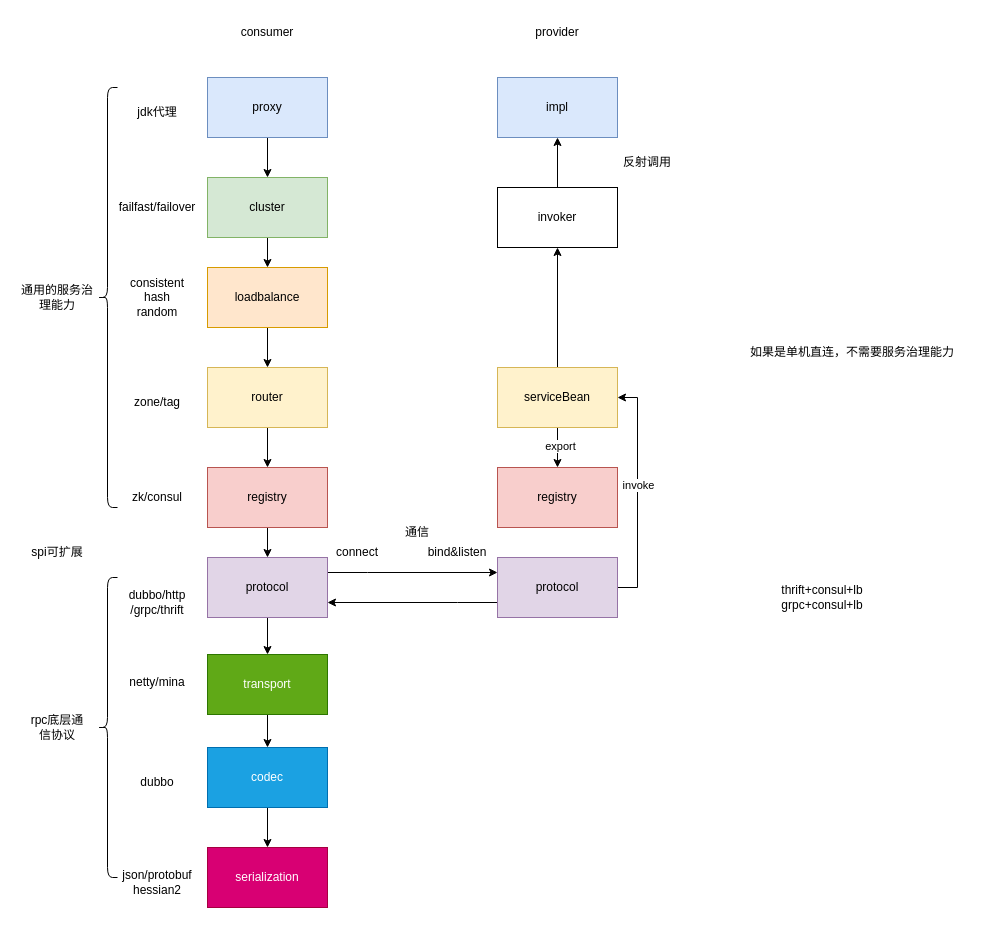
Before: dubbo架构层次.drawio in jessin20161124/javase1, a draw.io diagram. Source tidied: cells renumbered, new cells numbered last; positions are measured from the earlier drawing's top-left corner, leaving out a move shared by most shapes. Both pictures are drawn from the tidied source at 100%, with x=0, y=0 at pixel (17, 17).
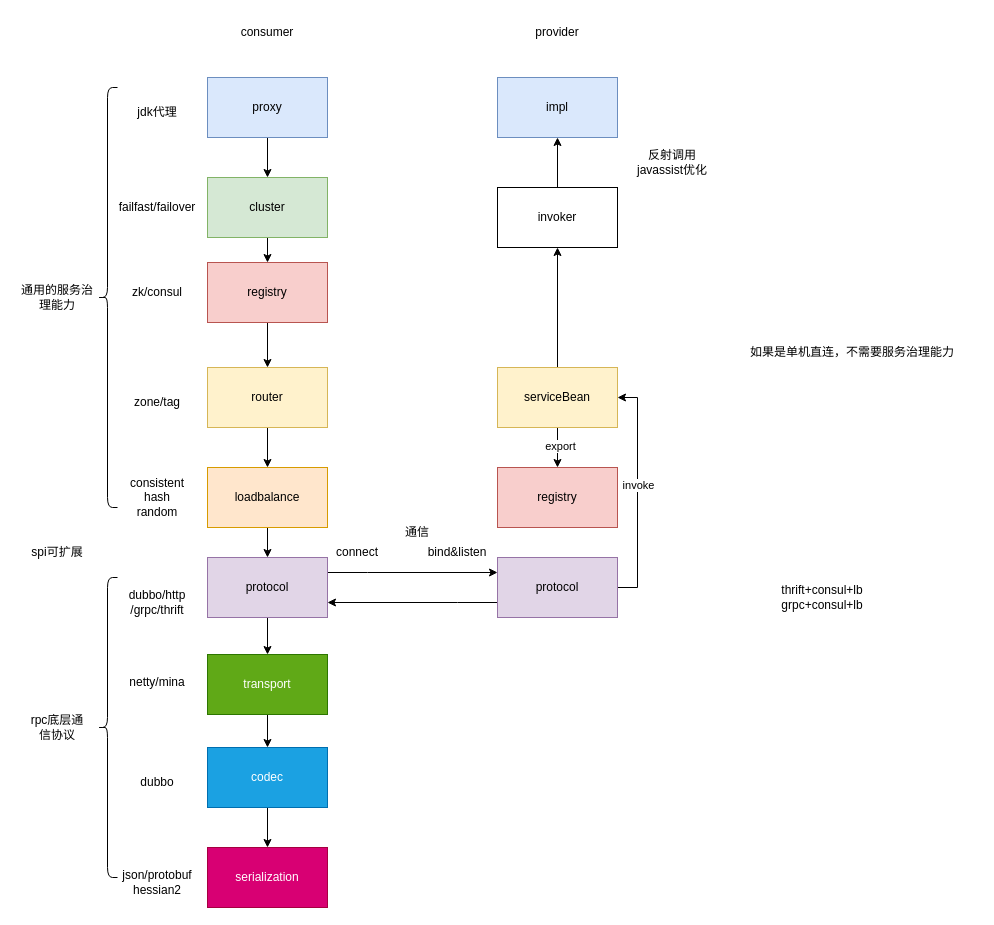
The same page after the edit.

Commit message:
更新dubbo架构层次.drawio

The change refers to these unchanged cells:
```xml
<mxCell id="5" value="cluster" style="rounded=0;whiteSpace=wrap;html=1;fillColor=#d5e8d4;strokeColor=#82b366;" parent="1" vertex="1">
  <mxGeometry x="190" y="160" width="120" height="60" as="geometry" />
</mxCell>
<mxCell id="9" value="router" style="rounded=0;whiteSpace=wrap;html=1;fillColor=#fff2cc;strokeColor=#d6b656;" parent="1" vertex="1">
  <mxGeometry x="190" y="350" width="120" height="60" as="geometry" />
</mxCell>
<mxCell id="14" value="protocol" style="rounded=0;whiteSpace=wrap;html=1;fillColor=#e1d5e7;strokeColor=#9673a6;" parent="1" vertex="1">
  <mxGeometry x="190" y="540" width="120" height="60" as="geometry" />
</mxCell>
```

Diff of the diagram source:
```diff
@@
-    <mxCell id="4" style="edgeStyle=orthogonalEdgeStyle;rounded=0;jettySize=auto;html=1;" parent="1" edge="1" source="5" target="7">
-      <mxGeometry relative="1" as="geometry" />
-    </mxCell>
+    <mxCell id="54" style="edgeStyle=orthogonalEdgeStyle;rounded=0;jettySize=auto;html=1;entryX=0.5;entryY=0;entryDx=0;entryDy=0;" parent="1" edge="1" source="5" target="11">
+      <mxGeometry relative="1" as="geometry" />
+    </mxCell>
@@
-    <mxCell id="6" style="edgeStyle=orthogonalEdgeStyle;rounded=0;jettySize=auto;html=1;" parent="1" edge="1" source="7" target="9">
-      <mxGeometry relative="1" as="geometry" />
-    </mxCell>
+    <mxCell id="55" style="edgeStyle=orthogonalEdgeStyle;rounded=0;jettySize=auto;html=1;entryX=0.5;entryY=0;entryDx=0;entryDy=0;" parent="1" edge="1" source="7" target="14">
+      <mxGeometry relative="1" as="geometry" />
+    </mxCell>
     <mxCell id="7" value="loadbalance" style="rounded=0;whiteSpace=wrap;html=1;fillColor=#ffe6cc;strokeColor=#d79b00;" parent="1" vertex="1">
-      <mxGeometry x="190" y="250" width="120" height="60" as="geometry" />
+      <mxGeometry x="190" y="450" width="120" height="60" as="geometry" />
     </mxCell>
-    <mxCell id="8" style="edgeStyle=orthogonalEdgeStyle;rounded=0;jettySize=auto;html=1;" parent="1" edge="1" source="9" target="11">
-      <mxGeometry relative="1" as="geometry" />
-    </mxCell>
+    <mxCell id="56" style="edgeStyle=orthogonalEdgeStyle;rounded=0;jettySize=auto;html=1;" parent="1" edge="1" source="9" target="7">
+      <mxGeometry relative="1" as="geometry" />
+    </mxCell>
@@
-    <mxCell id="10" style="edgeStyle=orthogonalEdgeStyle;rounded=0;jettySize=auto;html=1;" parent="1" edge="1" source="11" target="14">
-      <mxGeometry relative="1" as="geometry" />
-    </mxCell>
+    <mxCell id="57" style="edgeStyle=orthogonalEdgeStyle;rounded=0;jettySize=auto;html=1;entryX=0.5;entryY=0;entryDx=0;entryDy=0;" parent="1" edge="1" source="11" target="9">
+      <mxGeometry relative="1" as="geometry" />
+    </mxCell>
     <mxCell id="11" value="registry" style="rounded=0;whiteSpace=wrap;html=1;fillColor=#f8cecc;strokeColor=#b85450;" parent="1" vertex="1">
-      <mxGeometry x="190" y="450" width="120" height="60" as="geometry" />
+      <mxGeometry x="190" y="245" width="120" height="60" as="geometry" />
     </mxCell>
@@
     <mxCell id="25" value="consistent hash&lt;br&gt;random" style="text;html=1;strokeColor=none;fillColor=none;align=center;verticalAlign=middle;whiteSpace=wrap;rounded=0;" parent="1" vertex="1">
-      <mxGeometry x="110" y="265" width="60" height="30" as="geometry" />
+      <mxGeometry x="110" y="465" width="60" height="30" as="geometry" />
     </mxCell>
@@
     <mxCell id="27" value="zk/consul" style="text;html=1;strokeColor=none;fillColor=none;align=center;verticalAlign=middle;whiteSpace=wrap;rounded=0;" parent="1" vertex="1">
-      <mxGeometry x="110" y="465" width="60" height="30" as="geometry" />
+      <mxGeometry x="110" y="260" width="60" height="30" as="geometry" />
     </mxCell>
@@
-    <mxCell id="52" value="反射调用" style="text;html=1;strokeColor=none;fillColor=none;align=center;verticalAlign=middle;whiteSpace=wrap;rounded=0;" parent="1" vertex="1">
-      <mxGeometry x="600" y="130" width="60" height="30" as="geometry" />
+    <mxCell id="52" value="反射调用&lt;br&gt;javassist优化" style="text;html=1;strokeColor=none;fillColor=none;align=center;verticalAlign=middle;whiteSpace=wrap;rounded=0;" parent="1" vertex="1">
+      <mxGeometry x="600" y="130" width="110" height="30" as="geometry" />
     </mxCell>
```
